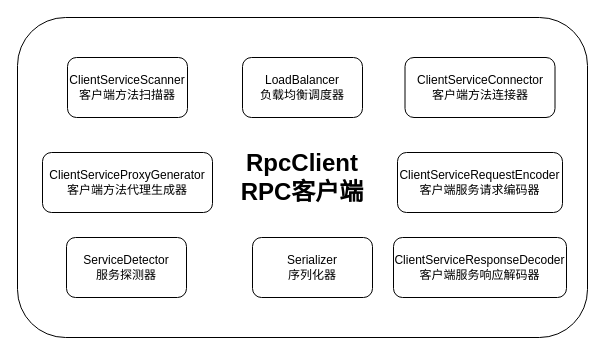
Above: page "RPC客户端组件" (2 of 5) of RPC客户端.drawio in win0909/000 (draw.io), before the change. Source tidied: cells renumbered, new cells numbered last; positions are measured from the earlier drawing's top-left corner, leaving out a move shared by most shapes. Both pictures are drawn from the tidied source at 100%, with x=0, y=0 at pixel (17, 17).
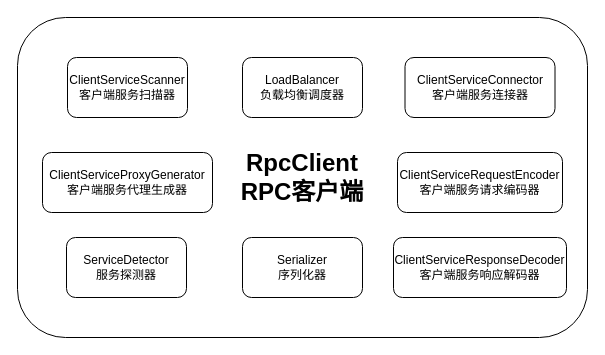
Above is the later version.

What changed in the source:
```diff
@@
 <mxGraphModel>
   <root>
     <mxCell id="0" />
     <mxCell id="1" parent="0" />
     <mxCell id="2" value="&lt;font style=&quot;font-size: 24px&quot;&gt;&lt;b&gt;RpcClient&lt;br&gt;RPC客户端&lt;/b&gt;&lt;/font&gt;" style="rounded=1;whiteSpace=wrap;html=1;" parent="1" vertex="1">
       <mxGeometry width="570" height="320" as="geometry" />
     </mxCell>
-    <mxCell id="3" value="ClientServiceScanner&lt;br&gt;客户端方法扫描器" style="rounded=1;whiteSpace=wrap;html=1;" parent="1" vertex="1">
+    <mxCell id="3" value="ClientServiceScanner&lt;br&gt;客户端服务扫描器" style="rounded=1;whiteSpace=wrap;html=1;" parent="1" vertex="1">
       <mxGeometry x="50" y="40" width="120" height="60" as="geometry" />
     </mxCell>
     <mxCell id="4" value="&lt;div&gt;ClientServiceRequestEncoder&lt;/div&gt;&lt;div&gt;客户端服务请求编码器&lt;/div&gt;" style="rounded=1;whiteSpace=wrap;html=1;" parent="1" vertex="1">
       <mxGeometry x="380" y="135" width="165" height="60" as="geometry" />
     </mxCell>
-    <mxCell id="5" value="ClientServiceProxyGenerator&lt;br&gt;客户端方法代理生成器" style="rounded=1;whiteSpace=wrap;html=1;" parent="1" vertex="1">
+    <mxCell id="5" value="ClientServiceProxyGenerator&lt;br&gt;客户端服务代理生成器" style="rounded=1;whiteSpace=wrap;html=1;" parent="1" vertex="1">
       <mxGeometry x="25" y="135" width="170" height="60" as="geometry" />
     </mxCell>
-    <mxCell id="6" value="ClientServiceConnector&lt;br&gt;客户端方法连接器" style="rounded=1;whiteSpace=wrap;html=1;" parent="1" vertex="1">
+    <mxCell id="6" value="ClientServiceConnector&lt;br&gt;客户端服务连接器" style="rounded=1;whiteSpace=wrap;html=1;" parent="1" vertex="1">
       <mxGeometry x="387.5" y="40" width="150" height="60" as="geometry" />
     </mxCell>
     <mxCell id="7" value="&lt;div&gt;ClientServiceResponseDecoder&lt;/div&gt;&lt;div&gt;客户端服务响应解码器&lt;/div&gt;" style="rounded=1;whiteSpace=wrap;html=1;" parent="1" vertex="1">
       <mxGeometry x="376" y="220" width="173" height="60" as="geometry" />
     </mxCell>
     <mxCell id="8" value="Serializer&lt;br&gt;序列化器" style="rounded=1;whiteSpace=wrap;html=1;" parent="1" vertex="1">
-      <mxGeometry x="235" y="220" width="120" height="60" as="geometry" />
+      <mxGeometry x="225" y="220" width="120" height="60" as="geometry" />
     </mxCell>
     <mxCell id="9" value="LoadBalancer&lt;br&gt;负载均衡调度器&lt;br&gt;" style="rounded=1;whiteSpace=wrap;html=1;" parent="1" vertex="1">
       <mxGeometry x="225" y="40" width="120" height="60" as="geometry" />
     </mxCell>
     <mxCell id="10" value="&lt;div&gt;ServiceDetector&lt;/div&gt;&lt;div&gt;服务探测器&lt;/div&gt;" style="rounded=1;whiteSpace=wrap;html=1;" parent="1" vertex="1">
       <mxGeometry x="49" y="220" width="120" height="60" as="geometry" />
     </mxCell>
   </root>
 </mxGraphModel>
```
